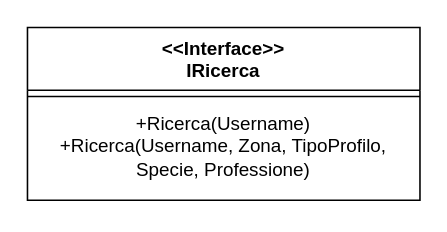
Iannicc/Pet-Party keeps this draw.io diagram as uml/Ricerca Interface.drawio. Above is the earlier version. Source tidied: cells renumbered, new cells numbered last; positions are measured from the earlier drawing's top-left corner, leaving out a move shared by most shapes. Both pictures are drawn from the tidied source at 157%, with x=0, y=0 at pixel (27, 27).
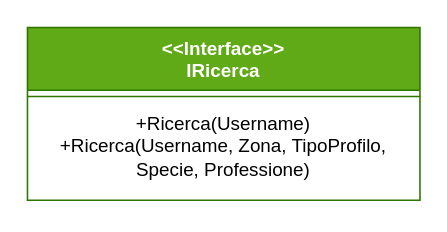
After the change.

What changed in the source:
```diff
@@
 <mxGraphModel>
   <root>
     <mxCell id="0" />
     <mxCell id="1" parent="0" />
-    <mxCell id="2" value="&lt;div&gt;&amp;lt;&amp;lt;Interface&amp;gt;&amp;gt;&lt;/div&gt;&lt;div&gt;IRicerca&lt;br&gt;&lt;/div&gt;" style="swimlane;fontStyle=1;align=center;verticalAlign=top;horizontal=1;startSize=40;whiteSpace=wrap;html=1;" parent="1" vertex="1">
+    <mxCell id="2" value="&lt;div&gt;&amp;lt;&amp;lt;Interface&amp;gt;&amp;gt;&lt;/div&gt;&lt;div&gt;IRicerca&lt;br&gt;&lt;/div&gt;" style="swimlane;fontStyle=1;align=center;verticalAlign=top;horizontal=1;startSize=40;whiteSpace=wrap;html=1;fillColor=#60a917;fontColor=#ffffff;strokeColor=#2D7600;" parent="1" vertex="1">
       <mxGeometry width="250" height="110" as="geometry" />
     </mxCell>
     <mxCell id="3" style="line;strokeWidth=1;fillColor=none;align=left;verticalAlign=middle;spacingTop=-1;spacingLeft=3;spacingRight=3;labelPosition=right;strokeColor=inherit;" parent="2" vertex="1">
       <mxGeometry y="40" width="250" height="8" as="geometry" />
     </mxCell>
     <mxCell id="4" value="&lt;div&gt;+Ricerca(Username)&lt;/div&gt;&lt;div&gt;+Ricerca(Username, Zona, TipoProfilo, Specie, Professione)&lt;br&gt;&lt;/div&gt;" style="text;strokeColor=none;fillColor=none;align=center;verticalAlign=top;spacingLeft=4;spacingRight=4;overflow=hidden;whiteSpace=wrap;html=1;" parent="2" vertex="1">
       <mxGeometry y="48" width="250" height="62" as="geometry" />
     </mxCell>
   </root>
 </mxGraphModel>
```
